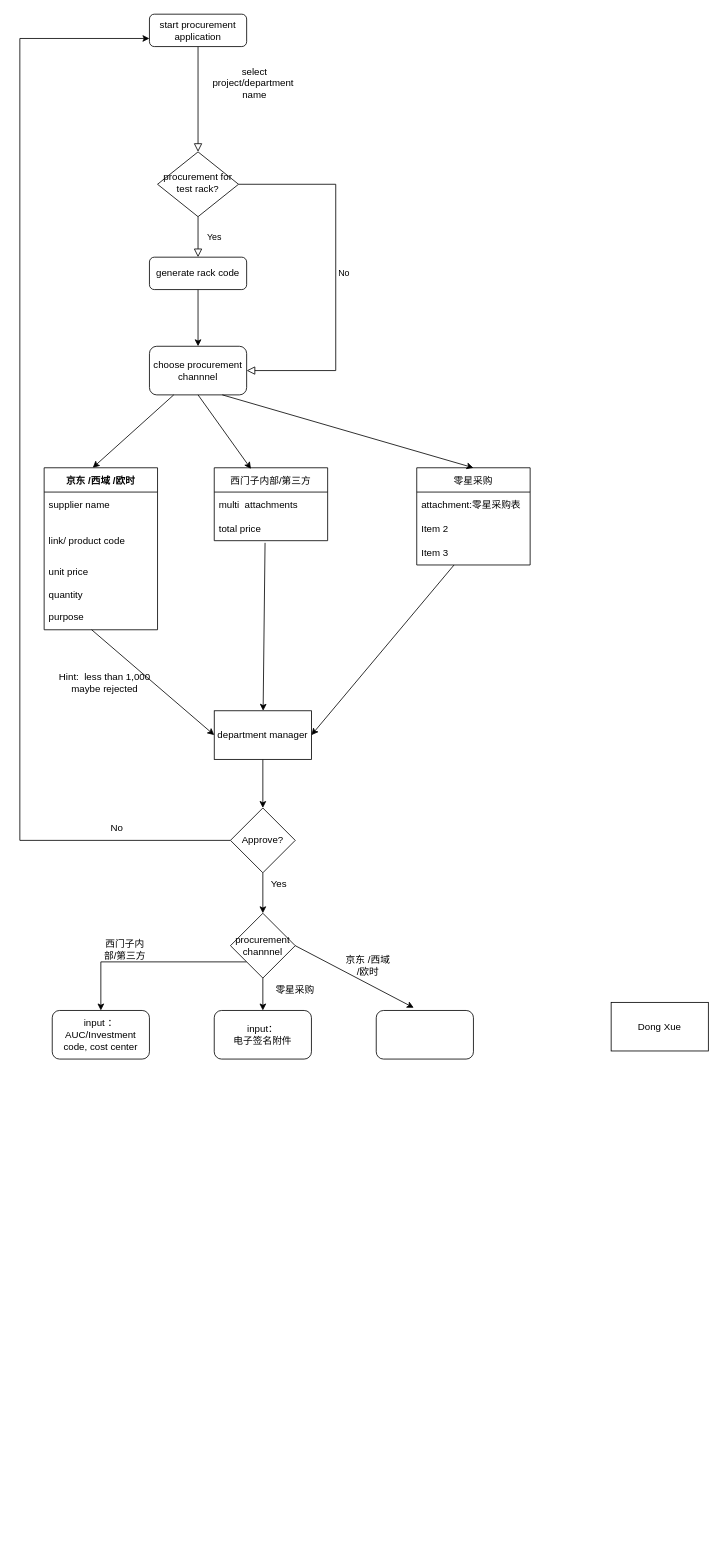
Earlier version of the draw.io diagram 采购.drawio (UMkevin/coolweather). Source tidied: cells renumbered, new cells numbered last; positions are measured from the earlier drawing's top-left corner, leaving out a move shared by most shapes. Both pictures are drawn from the tidied source at 81%, with x=0, y=0 at pixel (19, 14).
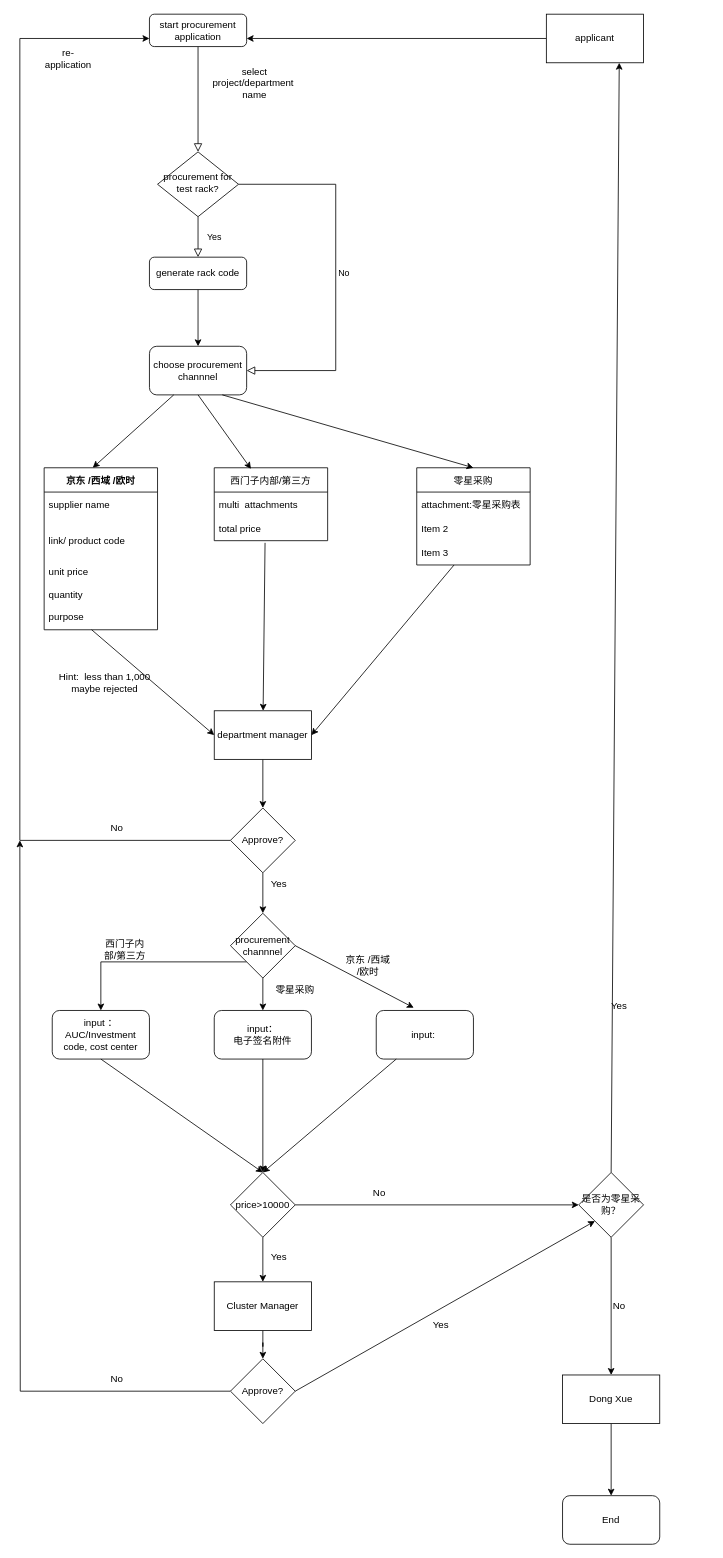
The same diagram, later.

The change refers to these unchanged cells:
```xml
<mxCell id="3" value="start procurement application" style="rounded=1;whiteSpace=wrap;html=1;fontSize=12;glass=0;strokeWidth=1;shadow=0;" parent="1" vertex="1">
  <mxGeometry x="160" width="120" height="40" as="geometry" />
</mxCell>
<mxCell id="39" value="input ： AUC/Investment code, cost center" style="rounded=1;whiteSpace=wrap;html=1;" parent="1" vertex="1">
  <mxGeometry x="40" y="1230" width="120" height="60" as="geometry" />
</mxCell>
<mxCell id="42" value="input：&lt;br&gt;电子签名附件" style="rounded=1;whiteSpace=wrap;html=1;" parent="1" vertex="1">
  <mxGeometry x="240" y="1230" width="120" height="60" as="geometry" />
</mxCell>
```

The edit, as a diff of the source:
```diff
@@
+    <mxCell id="47" style="edgeStyle=orthogonalEdgeStyle;rounded=0;jettySize=auto;html=1;exitX=0.5;exitY=1;exitDx=0;exitDy=0;entryX=0.5;entryY=0;entryDx=0;entryDy=0;" parent="1" edge="1" source="41" target="71">
+      <mxGeometry relative="1" as="geometry" />
+    </mxCell>
     <mxCell id="41" value="Dong Xue" style="rounded=0;whiteSpace=wrap;html=1;" parent="1" vertex="1">
-      <mxGeometry x="730" y="1220" width="120" height="60" as="geometry" />
+      <mxGeometry x="670" y="1680" width="120" height="60" as="geometry" />
     </mxCell>
@@
-    <mxCell id="44" style="rounded=1;whiteSpace=wrap;html=1;" parent="1" vertex="1">
+    <mxCell id="44" value="input:&amp;nbsp;" style="rounded=1;whiteSpace=wrap;html=1;" parent="1" vertex="1">
       <mxGeometry x="440" y="1230" width="120" height="60" as="geometry" />
     </mxCell>
@@
+    <mxCell id="48" style="edgeStyle=orthogonalEdgeStyle;rounded=0;jettySize=auto;html=1;exitX=1;exitY=0.5;exitDx=0;exitDy=0;entryX=0;entryY=0.5;entryDx=0;entryDy=0;" parent="1" edge="1" source="50" target="54">
+      <mxGeometry relative="1" as="geometry" />
+    </mxCell>
+    <mxCell id="49" style="edgeStyle=orthogonalEdgeStyle;rounded=0;jettySize=auto;html=1;exitX=0.5;exitY=1;exitDx=0;exitDy=0;entryX=0.5;entryY=0;entryDx=0;entryDy=0;" parent="1" edge="1" source="50" target="64">
+      <mxGeometry relative="1" as="geometry" />
+    </mxCell>
+    <mxCell id="50" value="price&amp;gt;10000" style="rhombus;whiteSpace=wrap;html=1;" parent="1" vertex="1">
+      <mxGeometry x="260" y="1430" width="80" height="80" as="geometry" />
+    </mxCell>
+    <mxCell id="51" style="endArrow=classic;html=1;rounded=0;exitX=0.5;exitY=1;exitDx=0;exitDy=0;entryX=0.5;entryY=0;entryDx=0;entryDy=0;" parent="1" edge="1" source="39" target="50">
+      <mxGeometry relative="1" as="geometry" />
+    </mxCell>
+    <mxCell id="52" style="endArrow=classic;html=1;rounded=0;exitX=0.5;exitY=1;exitDx=0;exitDy=0;entryX=0.5;entryY=0;entryDx=0;entryDy=0;" parent="1" edge="1" source="42" target="50">
+      <mxGeometry relative="1" as="geometry" />
+    </mxCell>
+    <mxCell id="53" style="endArrow=classic;html=1;rounded=0;" parent="1" edge="1" source="44">
+      <mxGeometry relative="1" as="geometry">
+        <mxPoint x="300" y="1430" as="targetPoint" />
+      </mxGeometry>
+    </mxCell>
+    <mxCell id="54" value="是否为零星采购？" style="rhombus;whiteSpace=wrap;html=1;" parent="1" vertex="1">
+      <mxGeometry x="690" y="1430" width="80" height="80" as="geometry" />
+    </mxCell>
+    <mxCell id="55" style="edgeStyle=orthogonalEdgeStyle;rounded=0;jettySize=auto;html=1;exitX=0;exitY=0.5;exitDx=0;exitDy=0;entryX=1;entryY=0.75;entryDx=0;entryDy=0;" parent="1" edge="1" source="56" target="3">
+      <mxGeometry relative="1" as="geometry" />
+    </mxCell>
+    <mxCell id="56" value="applicant" style="rounded=0;whiteSpace=wrap;html=1;" parent="1" vertex="1">
+      <mxGeometry x="650" width="120" height="60" as="geometry" />
+    </mxCell>
+    <mxCell id="57" value="re-application" style="text;html=1;strokeColor=none;fillColor=none;align=center;verticalAlign=middle;whiteSpace=wrap;rounded=0;" parent="1" vertex="1">
+      <mxGeometry x="30" y="40" width="60" height="30" as="geometry" />
+    </mxCell>
+    <mxCell id="58" value="No" style="text;html=1;strokeColor=none;fillColor=none;align=center;verticalAlign=middle;whiteSpace=wrap;rounded=0;" parent="1" vertex="1">
+      <mxGeometry x="414" y="1440" width="60" height="30" as="geometry" />
+    </mxCell>
+    <mxCell id="59" style="endArrow=classic;html=1;rounded=0;entryX=0.5;entryY=0;entryDx=0;entryDy=0;exitX=0.5;exitY=1;exitDx=0;exitDy=0;" parent="1" edge="1" source="54" target="41">
+      <mxGeometry relative="1" as="geometry" />
+    </mxCell>
+    <mxCell id="60" value="No" style="text;html=1;strokeColor=none;fillColor=none;align=center;verticalAlign=middle;whiteSpace=wrap;rounded=0;" parent="1" vertex="1">
+      <mxGeometry x="710" y="1580" width="60" height="30" as="geometry" />
+    </mxCell>
+    <mxCell id="61" style="endArrow=classic;html=1;rounded=0;exitX=0.5;exitY=0;exitDx=0;exitDy=0;entryX=0.75;entryY=1;entryDx=0;entryDy=0;" parent="1" edge="1" source="54" target="56">
+      <mxGeometry relative="1" as="geometry" />
+    </mxCell>
+    <mxCell id="62" value="Yes" style="text;html=1;strokeColor=none;fillColor=none;align=center;verticalAlign=middle;whiteSpace=wrap;rounded=0;" parent="1" vertex="1">
+      <mxGeometry x="710" y="1210" width="60" height="30" as="geometry" />
+    </mxCell>
+    <mxCell id="63" style="edgeStyle=orthogonalEdgeStyle;rounded=0;jettySize=auto;html=1;exitX=0.5;exitY=1;exitDx=0;exitDy=0;" parent="1" edge="1" source="64" target="66">
+      <mxGeometry relative="1" as="geometry" />
+    </mxCell>
+    <mxCell id="64" value="Cluster Manager" style="rounded=0;whiteSpace=wrap;html=1;" parent="1" vertex="1">
+      <mxGeometry x="240" y="1565" width="120" height="60" as="geometry" />
+    </mxCell>
+    <mxCell id="65" style="edgeStyle=orthogonalEdgeStyle;rounded=0;jettySize=auto;html=1;exitX=0;exitY=0.5;exitDx=0;exitDy=0;" parent="1" edge="1" source="66">
+      <mxGeometry relative="1" as="geometry">
+        <mxPoint y="1020" as="targetPoint" />
+      </mxGeometry>
+    </mxCell>
+    <mxCell id="66" value="Approve?" style="rhombus;whiteSpace=wrap;html=1;" parent="1" vertex="1">
+      <mxGeometry x="260" y="1660" width="80" height="80" as="geometry" />
+    </mxCell>
+    <mxCell id="67" value="Yes" style="text;html=1;strokeColor=none;fillColor=none;align=center;verticalAlign=middle;whiteSpace=wrap;rounded=0;" parent="1" vertex="1">
+      <mxGeometry x="290" y="1520" width="60" height="30" as="geometry" />
+    </mxCell>
+    <mxCell id="68" value="Yes" style="text;html=1;strokeColor=none;fillColor=none;align=center;verticalAlign=middle;whiteSpace=wrap;rounded=0;" parent="1" vertex="1">
+      <mxGeometry x="490" y="1603" width="60" height="30" as="geometry" />
+    </mxCell>
+    <mxCell id="69" value="No" style="text;html=1;strokeColor=none;fillColor=none;align=center;verticalAlign=middle;whiteSpace=wrap;rounded=0;" parent="1" vertex="1">
+      <mxGeometry x="90" y="1670" width="60" height="30" as="geometry" />
+    </mxCell>
+    <mxCell id="70" style="endArrow=classic;html=1;rounded=0;exitX=1;exitY=0.5;exitDx=0;exitDy=0;entryX=0;entryY=1;entryDx=0;entryDy=0;" parent="1" edge="1" source="66" target="54">
+      <mxGeometry relative="1" as="geometry" />
+    </mxCell>
+    <mxCell id="71" value="End" style="rounded=1;whiteSpace=wrap;html=1;" parent="1" vertex="1">
+      <mxGeometry x="670" y="1829" width="120" height="60" as="geometry" />
+    </mxCell>
```
